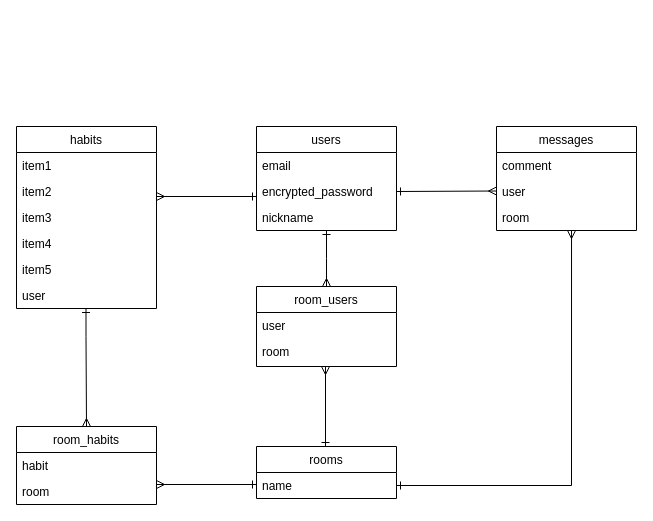
Before: ER.dio in soetakara/habit_share-app, a draw.io diagram. Source tidied: cells renumbered, new cells numbered last; positions are measured from the earlier drawing's top-left corner, leaving out a move shared by most shapes. Both pictures are drawn from the tidied source at 100%, with x=0, y=0 at pixel (16, 126).
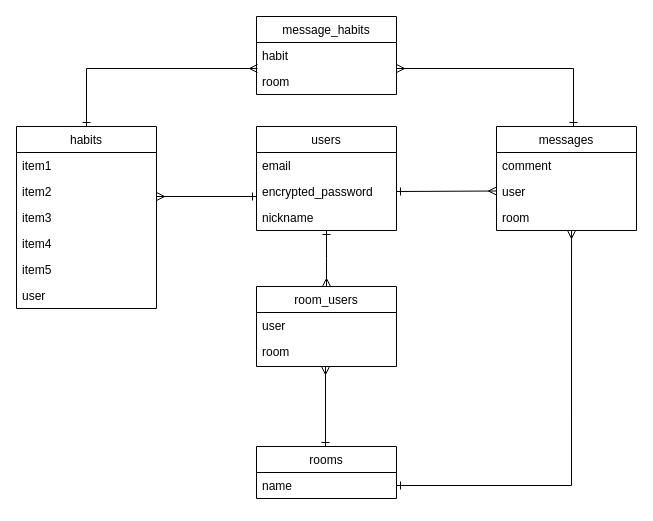
The same page after the edit.

Commit message (it also covers changes not shown here):
habitに関するer図、readmeの修正

The change refers to these unchanged cells:
```xml
<mxCell id="17" value="habits" style="swimlane;fontStyle=0;horizontal=1;startSize=26;" parent="1" vertex="1">
  <mxGeometry width="140" height="182" as="geometry" />
</mxCell>
<mxCell id="25" value="habit" style="text;strokeColor=none;fillColor=none;align=left;verticalAlign=top;spacingLeft=4;spacingRight=4;overflow=hidden;points=[[0,0.5],[1,0.5]];portConstraint=eastwest;" parent="24" vertex="1">
  <mxGeometry y="26" width="140" height="26" as="geometry" />
</mxCell>
<mxCell id="26" value="room" style="text;strokeColor=none;fillColor=none;align=left;verticalAlign=top;spacingLeft=4;spacingRight=4;overflow=hidden;points=[[0,0.5],[1,0.5]];portConstraint=eastwest;" parent="24" vertex="1">
  <mxGeometry y="52" width="140" height="26" as="geometry" />
</mxCell>
```

Change to the diagram source:
```diff
@@
-    <mxCell id="24" value="room_habits" style="swimlane;fontStyle=0;horizontal=1;startSize=26;" parent="1" vertex="1">
-      <mxGeometry y="300" width="140" height="78" as="geometry" />
+    <mxCell id="24" value="message_habits" style="swimlane;fontStyle=0;horizontal=1;startSize=26;" parent="1" vertex="1">
+      <mxGeometry x="240" y="-110" width="140" height="78" as="geometry" />
     </mxCell>
@@
-    <mxCell id="27" style="edgeStyle=orthogonalEdgeStyle;rounded=0;orthogonalLoop=1;jettySize=auto;html=1;exitX=1;exitY=0.5;exitDx=0;exitDy=0;endArrow=ERmany;endFill=0;startArrow=ERone;startFill=0;" parent="1" edge="1">
+    <mxCell id="27" style="edgeStyle=orthogonalEdgeStyle;rounded=0;jettySize=auto;html=1;endArrow=ERmany;endFill=0;startArrow=ERone;startFill=0;entryX=0.007;entryY=1;entryDx=0;entryDy=0;entryPerimeter=0;exitX=0.5;exitY=0;exitDx=0;exitDy=0;" parent="1" edge="1" source="17" target="25">
       <mxGeometry relative="1" as="geometry">
-        <mxPoint x="69.5" y="182" as="sourcePoint" />
-        <mxPoint x="70" y="300" as="targetPoint" />
         <Array as="points">
-          <mxPoint x="70" y="210" />
-          <mxPoint x="70" y="210" />
+          <mxPoint x="70" y="-58" />
         </Array>
       </mxGeometry>
     </mxCell>
@@
-    <mxCell id="29" style="edgeStyle=orthogonalEdgeStyle;rounded=0;orthogonalLoop=1;jettySize=auto;html=1;endArrow=ERmany;endFill=0;startArrow=ERone;startFill=0;" parent="1" edge="1">
-      <mxGeometry relative="1" as="geometry">
-        <mxPoint x="240" y="358" as="sourcePoint" />
-        <mxPoint x="140" y="358" as="targetPoint" />
-      </mxGeometry>
-    </mxCell>
@@
+    <mxCell id="32" style="edgeStyle=orthogonalEdgeStyle;rounded=0;jettySize=auto;html=1;endArrow=ERmany;endFill=0;startArrow=ERone;startFill=0;exitX=0.5;exitY=0;exitDx=0;exitDy=0;" parent="1" edge="1" target="26">
+      <mxGeometry relative="1" as="geometry">
+        <mxPoint x="557" as="sourcePoint" />
+        <Array as="points">
+          <mxPoint x="557" y="-58" />
+        </Array>
+      </mxGeometry>
+    </mxCell>
```
